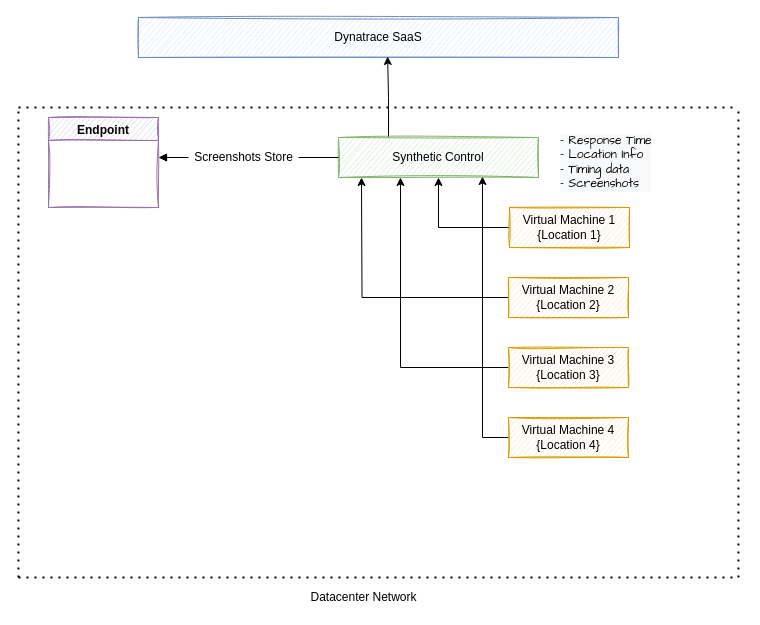
This is Untitled Diagram.drawio from theharithsa/theharithsa, a draw.io file, before an edit. Source tidied: cells renumbered, new cells numbered last; positions are measured from the earlier drawing's top-left corner, leaving out a move shared by most shapes. Both pictures are drawn from the tidied source at 100%, with x=0, y=0 at pixel (18, 17).
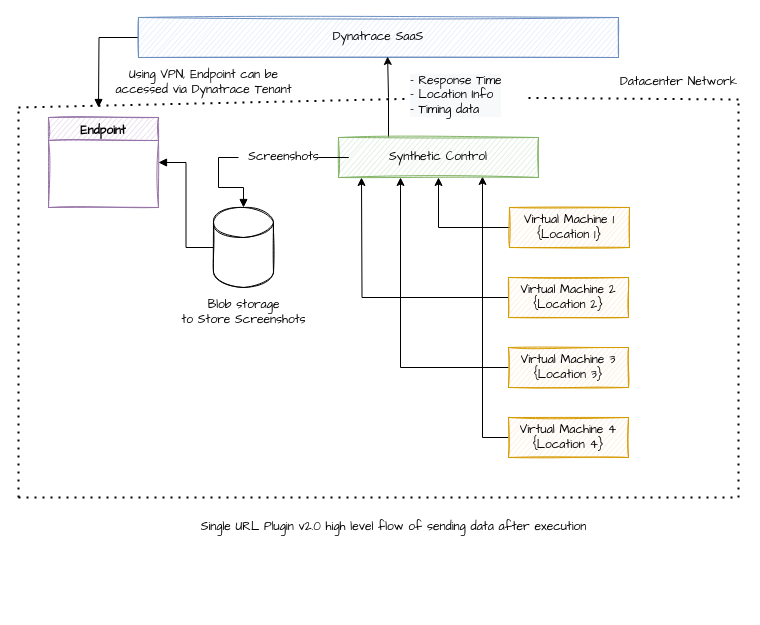
Above is the later version.

Commit message:
Completion of SUP_Flow 1

Change to the diagram source:
```diff
@@
-    <mxCell id="3" value="Virtual Machine 4 {Location 4}" style="rounded=0;whiteSpace=wrap;html=1;fillColor=#ffe6cc;strokeColor=#d79b00;sketch=1;" parent="1" vertex="1">
+    <mxCell id="3" value="Virtual Machine 4 {Location 4}" style="rounded=0;whiteSpace=wrap;html=1;fillColor=#ffe6cc;strokeColor=#d79b00;sketch=1;fontFamily=Comic Sans MS;" parent="1" vertex="1">
       <mxGeometry x="490" y="400" width="120" height="40" as="geometry" />
     </mxCell>
+    <mxCell id="23" style="edgeStyle=orthogonalEdgeStyle;rounded=0;jettySize=auto;html=1;fontFamily=Comic Sans MS;startArrow=none;startFill=0;endArrow=block;endFill=1;" parent="1" edge="1" source="4">
+      <mxGeometry relative="1" as="geometry">
+        <mxPoint x="80" y="90" as="targetPoint" />
+      </mxGeometry>
+    </mxCell>
-    <mxCell id="4" value="Dynatrace SaaS" style="rounded=0;whiteSpace=wrap;html=1;fillColor=#dae8fc;strokeColor=#6c8ebf;sketch=1;" parent="1" vertex="1">
+    <mxCell id="4" value="Dynatrace SaaS" style="rounded=0;whiteSpace=wrap;html=1;fillColor=#dae8fc;strokeColor=#6c8ebf;sketch=1;labelBackgroundColor=none;fontFamily=Comic Sans MS;" parent="1" vertex="1">
       <mxGeometry x="120" width="480" height="40" as="geometry" />
     </mxCell>
@@
-    <mxCell id="6" value="&lt;span&gt;Virtual Machine 3 {Location 3}&lt;/span&gt;" style="rounded=0;whiteSpace=wrap;html=1;fillColor=#ffe6cc;strokeColor=#d79b00;sketch=1;" parent="1" vertex="1">
+    <mxCell id="6" value="&lt;span&gt;Virtual Machine 3 {Location 3}&lt;/span&gt;" style="rounded=0;whiteSpace=wrap;html=1;fillColor=#ffe6cc;strokeColor=#d79b00;sketch=1;fontFamily=Comic Sans MS;" parent="1" vertex="1">
       <mxGeometry x="490" y="330" width="120" height="40" as="geometry" />
     </mxCell>
@@
-    <mxCell id="8" value="&lt;span style=&quot;color: rgb(0, 0, 0); font-family: helvetica; font-size: 12px; font-style: normal; font-weight: 400; letter-spacing: normal; text-align: center; text-indent: 0px; text-transform: none; word-spacing: 0px; display: inline; float: none;&quot;&gt;Virtual Machine 2 {Location 2}&lt;/span&gt;" style="rounded=0;whiteSpace=wrap;html=1;fillColor=#ffe6cc;strokeColor=#d79b00;labelBackgroundColor=none;sketch=1;" parent="1" vertex="1">
+    <mxCell id="8" value="&lt;span style=&quot;color: rgb(0, 0, 0); font-size: 12px; font-style: normal; font-weight: 400; letter-spacing: normal; text-align: center; text-indent: 0px; text-transform: none; word-spacing: 0px; display: inline; float: none;&quot;&gt;Virtual Machine 2 {Location 2}&lt;/span&gt;" style="rounded=0;whiteSpace=wrap;html=1;fillColor=#ffe6cc;strokeColor=#d79b00;labelBackgroundColor=none;sketch=1;fontFamily=Comic Sans MS;" parent="1" vertex="1">
       <mxGeometry x="490" y="260" width="120" height="40" as="geometry" />
     </mxCell>
@@
-    <mxCell id="10" value="&lt;span style=&quot;color: rgb(0, 0, 0); font-family: helvetica; font-size: 12px; font-style: normal; font-weight: 400; letter-spacing: normal; text-align: center; text-indent: 0px; text-transform: none; word-spacing: 0px; display: inline; float: none;&quot;&gt;Virtual Machine 1 {Location 1}&lt;/span&gt;" style="rounded=0;whiteSpace=wrap;html=1;fillColor=#ffe6cc;strokeColor=#d79b00;labelBackgroundColor=none;sketch=1;" parent="1" vertex="1">
+    <mxCell id="10" value="&lt;span style=&quot;color: rgb(0, 0, 0); font-size: 12px; font-style: normal; font-weight: 400; letter-spacing: normal; text-align: center; text-indent: 0px; text-transform: none; word-spacing: 0px; display: inline; float: none;&quot;&gt;Virtual Machine 1 {Location 1}&lt;/span&gt;" style="rounded=0;whiteSpace=wrap;html=1;fillColor=#ffe6cc;strokeColor=#d79b00;labelBackgroundColor=none;sketch=1;fontFamily=Comic Sans MS;" parent="1" vertex="1">
       <mxGeometry x="491" y="190" width="120" height="40" as="geometry" />
     </mxCell>
@@
-    <mxCell id="12" style="edgeStyle=orthogonalEdgeStyle;rounded=0;jettySize=auto;html=1;exitX=0;exitY=0.5;exitDx=0;exitDy=0;startArrow=none;startFill=0;endArrow=block;endFill=1;" parent="1" edge="1" source="21">
-      <mxGeometry relative="1" as="geometry">
-        <mxPoint x="140" y="140" as="targetPoint" />
-      </mxGeometry>
-    </mxCell>
+    <mxCell id="24" style="edgeStyle=orthogonalEdgeStyle;rounded=0;jettySize=auto;html=1;exitX=0;exitY=0.5;exitDx=0;exitDy=0;fontFamily=Comic Sans MS;startArrow=none;startFill=0;endArrow=block;endFill=1;" parent="1" edge="1" source="28" target="26">
+      <mxGeometry relative="1" as="geometry" />
+    </mxCell>
-    <mxCell id="13" value="Synthetic Control" style="rounded=0;whiteSpace=wrap;html=1;fillColor=#d5e8d4;strokeColor=#82b366;sketch=1;" parent="1" vertex="1">
+    <mxCell id="13" value="Synthetic Control" style="rounded=0;whiteSpace=wrap;html=1;fillColor=#d5e8d4;strokeColor=#82b366;sketch=1;fontFamily=Comic Sans MS;" parent="1" vertex="1">
       <mxGeometry x="320" y="120" width="200" height="40" as="geometry" />
     </mxCell>
-    <mxCell id="14" style="endArrow=none;dashed=1;html=1;dashPattern=1 3;strokeWidth=2;" parent="1" edge="1">
+    <mxCell id="14" style="endArrow=none;dashed=1;html=1;dashPattern=1 3;strokeWidth=2;startArrow=none;" parent="1" edge="1" source="19">
       <mxGeometry relative="1" as="geometry">
-        <mxPoint y="90" as="sourcePoint" />
-        <mxPoint x="720" y="90" as="targetPoint" />
+        <mxPoint x="720" y="82" as="targetPoint" />
       </mxGeometry>
     </mxCell>
     <mxCell id="15" style="endArrow=none;dashed=1;html=1;dashPattern=1 3;strokeWidth=2;" parent="1" edge="1">
       <mxGeometry relative="1" as="geometry">
-        <mxPoint y="560" as="sourcePoint" />
+        <mxPoint y="480" as="sourcePoint" />
         <mxPoint y="90" as="targetPoint" />
       </mxGeometry>
     </mxCell>
     <mxCell id="16" style="endArrow=none;dashed=1;html=1;dashPattern=1 3;strokeWidth=2;" parent="1" edge="1">
       <mxGeometry relative="1" as="geometry">
-        <mxPoint x="720" y="560" as="sourcePoint" />
-        <mxPoint x="720" y="90" as="targetPoint" />
+        <mxPoint x="720" y="480" as="sourcePoint" />
+        <mxPoint x="720" y="80" as="targetPoint" />
       </mxGeometry>
     </mxCell>
     <mxCell id="17" style="endArrow=none;dashed=1;html=1;dashPattern=1 3;strokeWidth=2;" parent="1" edge="1">
       <mxGeometry relative="1" as="geometry">
-        <mxPoint y="560" as="sourcePoint" />
-        <mxPoint x="720" y="560" as="targetPoint" />
+        <mxPoint y="480" as="sourcePoint" />
+        <mxPoint x="720" y="480" as="targetPoint" />
       </mxGeometry>
     </mxCell>
-    <mxCell id="18" value="Datacenter Network" style="text;html=1;align=center;verticalAlign=middle;strokeColor=none;" parent="1" vertex="1">
-      <mxGeometry x="285" y="570" width="120" height="20" as="geometry" />
+    <mxCell id="18" value="Datacenter Network" style="text;html=1;align=center;verticalAlign=middle;strokeColor=none;fontFamily=Comic Sans MS;" parent="1" vertex="1">
+      <mxGeometry x="595" y="55" width="130" height="20" as="geometry" />
     </mxCell>
+    <mxCell id="20" value="Endpoint" style="swimlane;labelBackgroundColor=none;fillColor=#e1d5e7;strokeColor=#9673a6;swimlaneFillColor=none;sketch=1;fontFamily=Comic Sans MS;" parent="1" vertex="1">
+      <mxGeometry x="30" y="100" width="110" height="90" as="geometry" />
+    </mxCell>
+    <mxCell id="25" style="edgeStyle=orthogonalEdgeStyle;rounded=0;jettySize=auto;html=1;entryX=1;entryY=0.5;entryDx=0;entryDy=0;fontFamily=Comic Sans MS;startArrow=none;startFill=0;endArrow=block;endFill=1;" parent="1" edge="1" source="26" target="20">
+      <mxGeometry relative="1" as="geometry" />
+    </mxCell>
+    <mxCell id="26" style="shape=cylinder3;whiteSpace=wrap;html=1;boundedLbl=1;backgroundOutline=1;size=15;labelBackgroundColor=none;sketch=1;fontFamily=Comic Sans MS;gradientColor=none;" parent="1" vertex="1">
+      <mxGeometry x="195" y="190" width="60" height="80" as="geometry" />
+    </mxCell>
+    <mxCell id="27" value="Blob storage &lt;br&gt;to Store Screenshots" style="text;html=1;align=center;verticalAlign=middle;strokeColor=none;fontFamily=Comic Sans MS;" parent="1" vertex="1">
+      <mxGeometry x="155" y="280" width="140" height="30" as="geometry" />
+    </mxCell>
+    <mxCell id="28" value="Screenshots" style="text;html=1;align=center;verticalAlign=middle;points=[];strokeColor=none;fontFamily=Comic Sans MS;" parent="1" vertex="1">
+      <mxGeometry x="220" y="130" width="90" height="20" as="geometry" />
+    </mxCell>
+    <mxCell id="29" style="edgeStyle=orthogonalEdgeStyle;rounded=0;jettySize=auto;html=1;exitX=0;exitY=0.5;exitDx=0;exitDy=0;fontFamily=Comic Sans MS;startArrow=none;startFill=0;endArrow=none;endFill=1;" parent="1" edge="1" source="13" target="28">
+      <mxGeometry relative="1" as="geometry" />
+    </mxCell>
-    <mxCell id="19" value="&lt;div style=&quot;color: rgb(0, 0, 0); font-size: 12px; font-style: normal; font-weight: 400; letter-spacing: normal; text-indent: 0px; text-transform: none; word-spacing: 0px; background-color: rgb(248, 249, 250); text-align: left;&quot;&gt;&lt;span&gt;- Response Time&lt;/span&gt;&lt;/div&gt;&lt;div style=&quot;color: rgb(0, 0, 0); font-size: 12px; font-style: normal; font-weight: 400; letter-spacing: normal; text-indent: 0px; text-transform: none; word-spacing: 0px; background-color: rgb(248, 249, 250); text-align: left;&quot;&gt;&lt;span&gt;- Location Info&lt;/span&gt;&lt;/div&gt;&lt;div style=&quot;color: rgb(0, 0, 0); font-size: 12px; font-style: normal; font-weight: 400; letter-spacing: normal; text-indent: 0px; text-transform: none; word-spacing: 0px; background-color: rgb(248, 249, 250); text-align: left;&quot;&gt;&lt;span&gt;- Timing data&lt;/span&gt;&lt;/div&gt;&lt;div style=&quot;color: rgb(0, 0, 0); font-size: 12px; font-style: normal; font-weight: 400; letter-spacing: normal; text-indent: 0px; text-transform: none; word-spacing: 0px; background-color: rgb(248, 249, 250); text-align: left;&quot;&gt;&lt;span&gt;- Screenshots&lt;/span&gt;&lt;/div&gt;" style="text;whiteSpace=wrap;html=1;fontFamily=Comic Sans MS;" parent="1" vertex="1">
-      <mxGeometry x="540" y="110" width="120" height="70" as="geometry" />
+    <mxCell id="19" value="&lt;div style=&quot;color: rgb(0 , 0 , 0) ; font-size: 12px ; font-style: normal ; font-weight: 400 ; letter-spacing: normal ; text-indent: 0px ; text-transform: none ; word-spacing: 0px ; background-color: rgb(248 , 249 , 250) ; text-align: left&quot;&gt;&lt;span&gt;- Response Time&lt;/span&gt;&lt;/div&gt;&lt;div style=&quot;color: rgb(0 , 0 , 0) ; font-size: 12px ; font-style: normal ; font-weight: 400 ; letter-spacing: normal ; text-indent: 0px ; text-transform: none ; word-spacing: 0px ; background-color: rgb(248 , 249 , 250) ; text-align: left&quot;&gt;&lt;span&gt;- Location Info&lt;/span&gt;&lt;/div&gt;&lt;div style=&quot;color: rgb(0 , 0 , 0) ; font-size: 12px ; font-style: normal ; font-weight: 400 ; letter-spacing: normal ; text-indent: 0px ; text-transform: none ; word-spacing: 0px ; background-color: rgb(248 , 249 , 250) ; text-align: left&quot;&gt;&lt;span&gt;- Timing data&lt;/span&gt;&lt;/div&gt;" style="text;whiteSpace=wrap;html=1;fontFamily=Comic Sans MS;" parent="1" vertex="1">
+      <mxGeometry x="390" y="50" width="120" height="60" as="geometry" />
     </mxCell>
-    <mxCell id="20" value="Endpoint" style="swimlane;labelBackgroundColor=none;fillColor=#e1d5e7;strokeColor=#9673a6;swimlaneFillColor=none;sketch=1;" parent="1" vertex="1">
-      <mxGeometry x="30" y="100" width="110" height="90" as="geometry" />
-    </mxCell>
-    <mxCell id="21" value="Screenshots Store" style="text;html=1;align=center;verticalAlign=middle;points=[];strokeColor=none;" parent="1" vertex="1">
-      <mxGeometry x="170" y="130" width="110" height="20" as="geometry" />
-    </mxCell>
-    <mxCell id="22" style="edgeStyle=orthogonalEdgeStyle;rounded=0;jettySize=auto;html=1;exitX=0;exitY=0.5;exitDx=0;exitDy=0;startArrow=none;startFill=0;endArrow=none;endFill=1;" parent="1" edge="1" source="13" target="21">
-      <mxGeometry relative="1" as="geometry" />
-    </mxCell>
+    <mxCell id="30" style="endArrow=none;dashed=1;html=1;dashPattern=1 3;strokeWidth=2;" parent="1" edge="1" target="19">
+      <mxGeometry relative="1" as="geometry">
+        <mxPoint y="90" as="sourcePoint" />
+      </mxGeometry>
+    </mxCell>
+    <mxCell id="31" value="Using VPN, Endpoint can be &lt;br&gt;accessed via Dynatrace Tenant" style="text;html=1;align=center;verticalAlign=middle;strokeColor=none;fontFamily=Comic Sans MS;" parent="1" vertex="1">
+      <mxGeometry x="90" y="50" width="190" height="30" as="geometry" />
+    </mxCell>
+    <mxCell id="32" value="Single URL Plugin v2.0 high level flow of sending data after execution" style="text;html=1;align=center;verticalAlign=middle;strokeColor=none;fontFamily=Comic Sans MS;fontSize=12;" parent="1" vertex="1">
+      <mxGeometry x="175" y="500" width="400" height="20" as="geometry" />
+    </mxCell>
```
